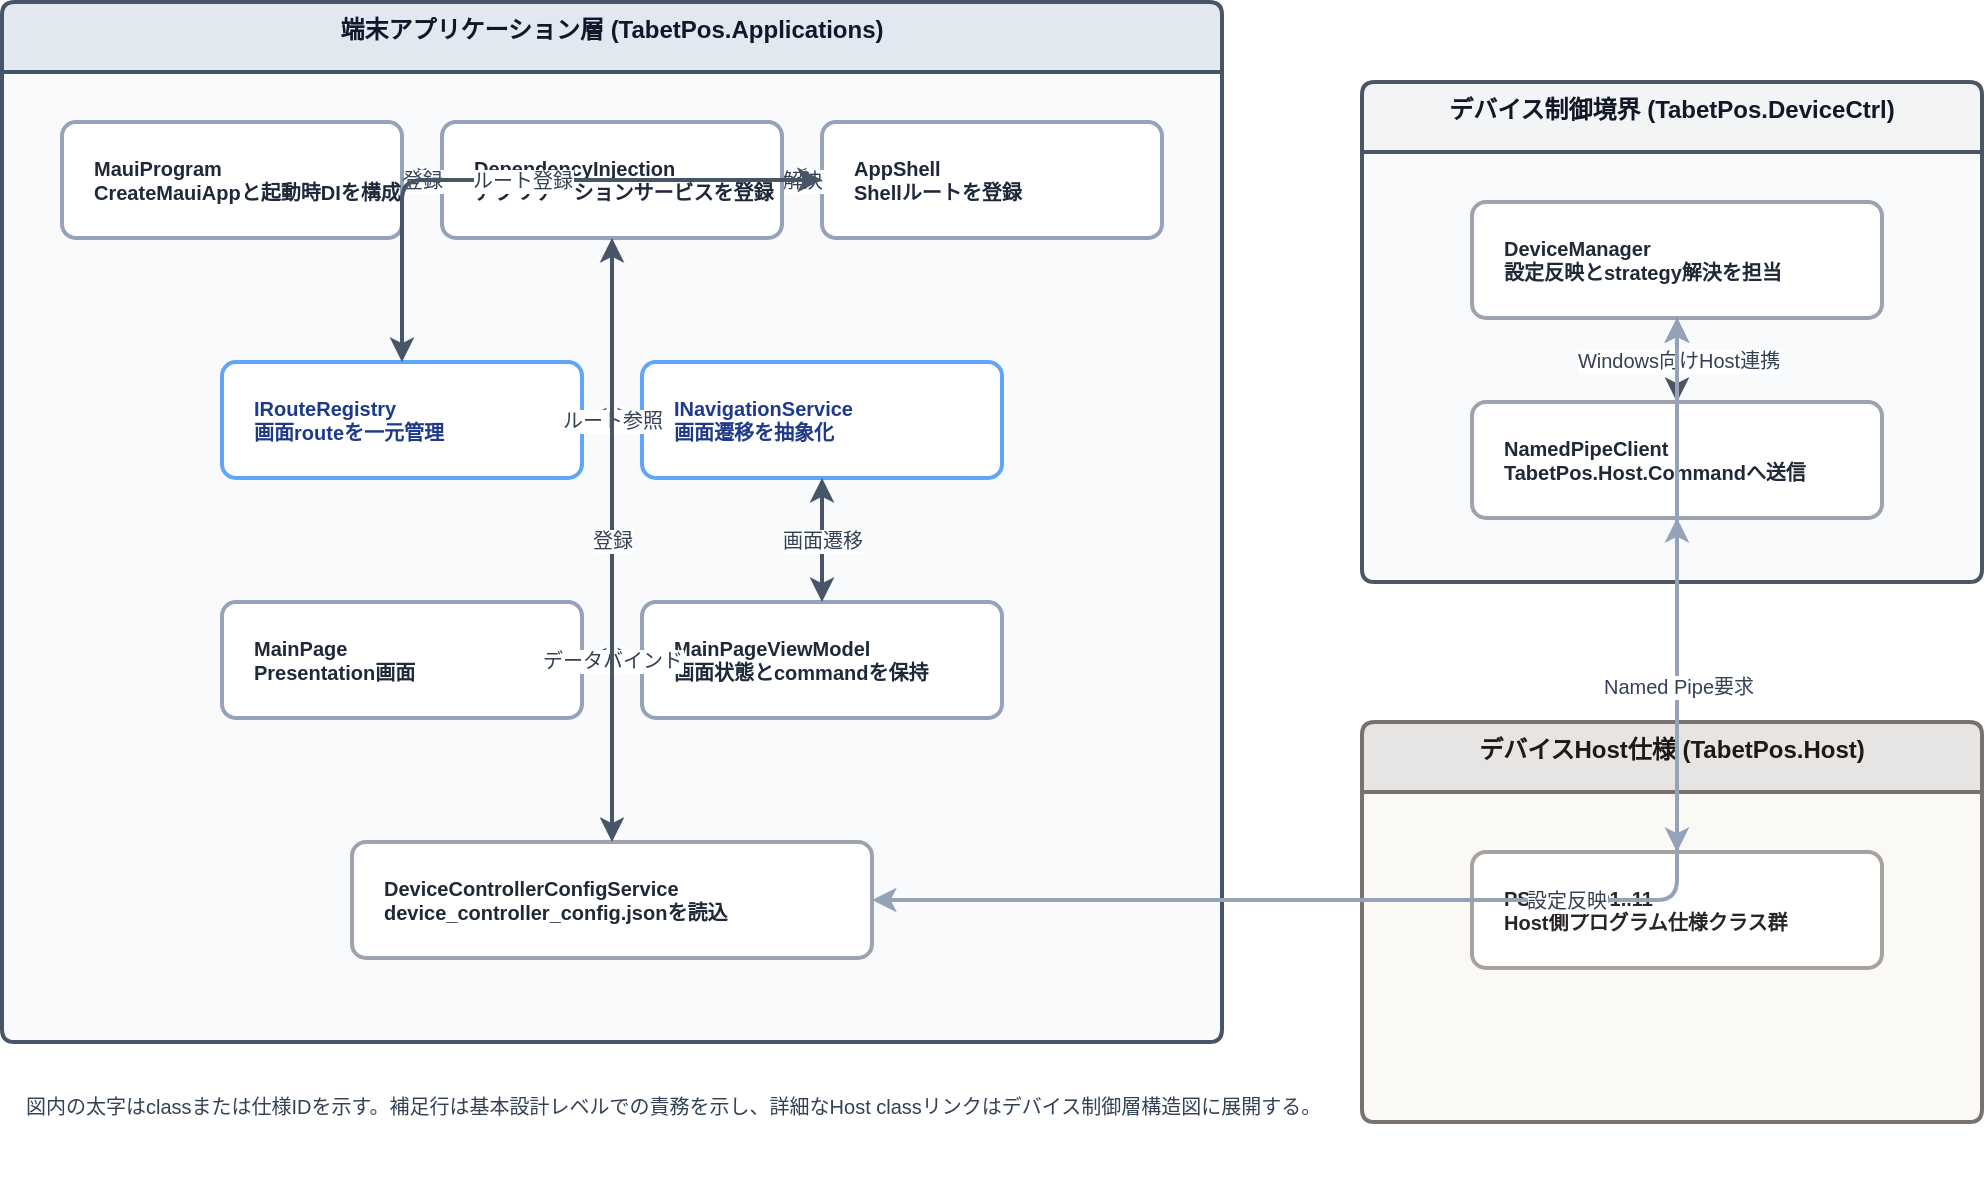
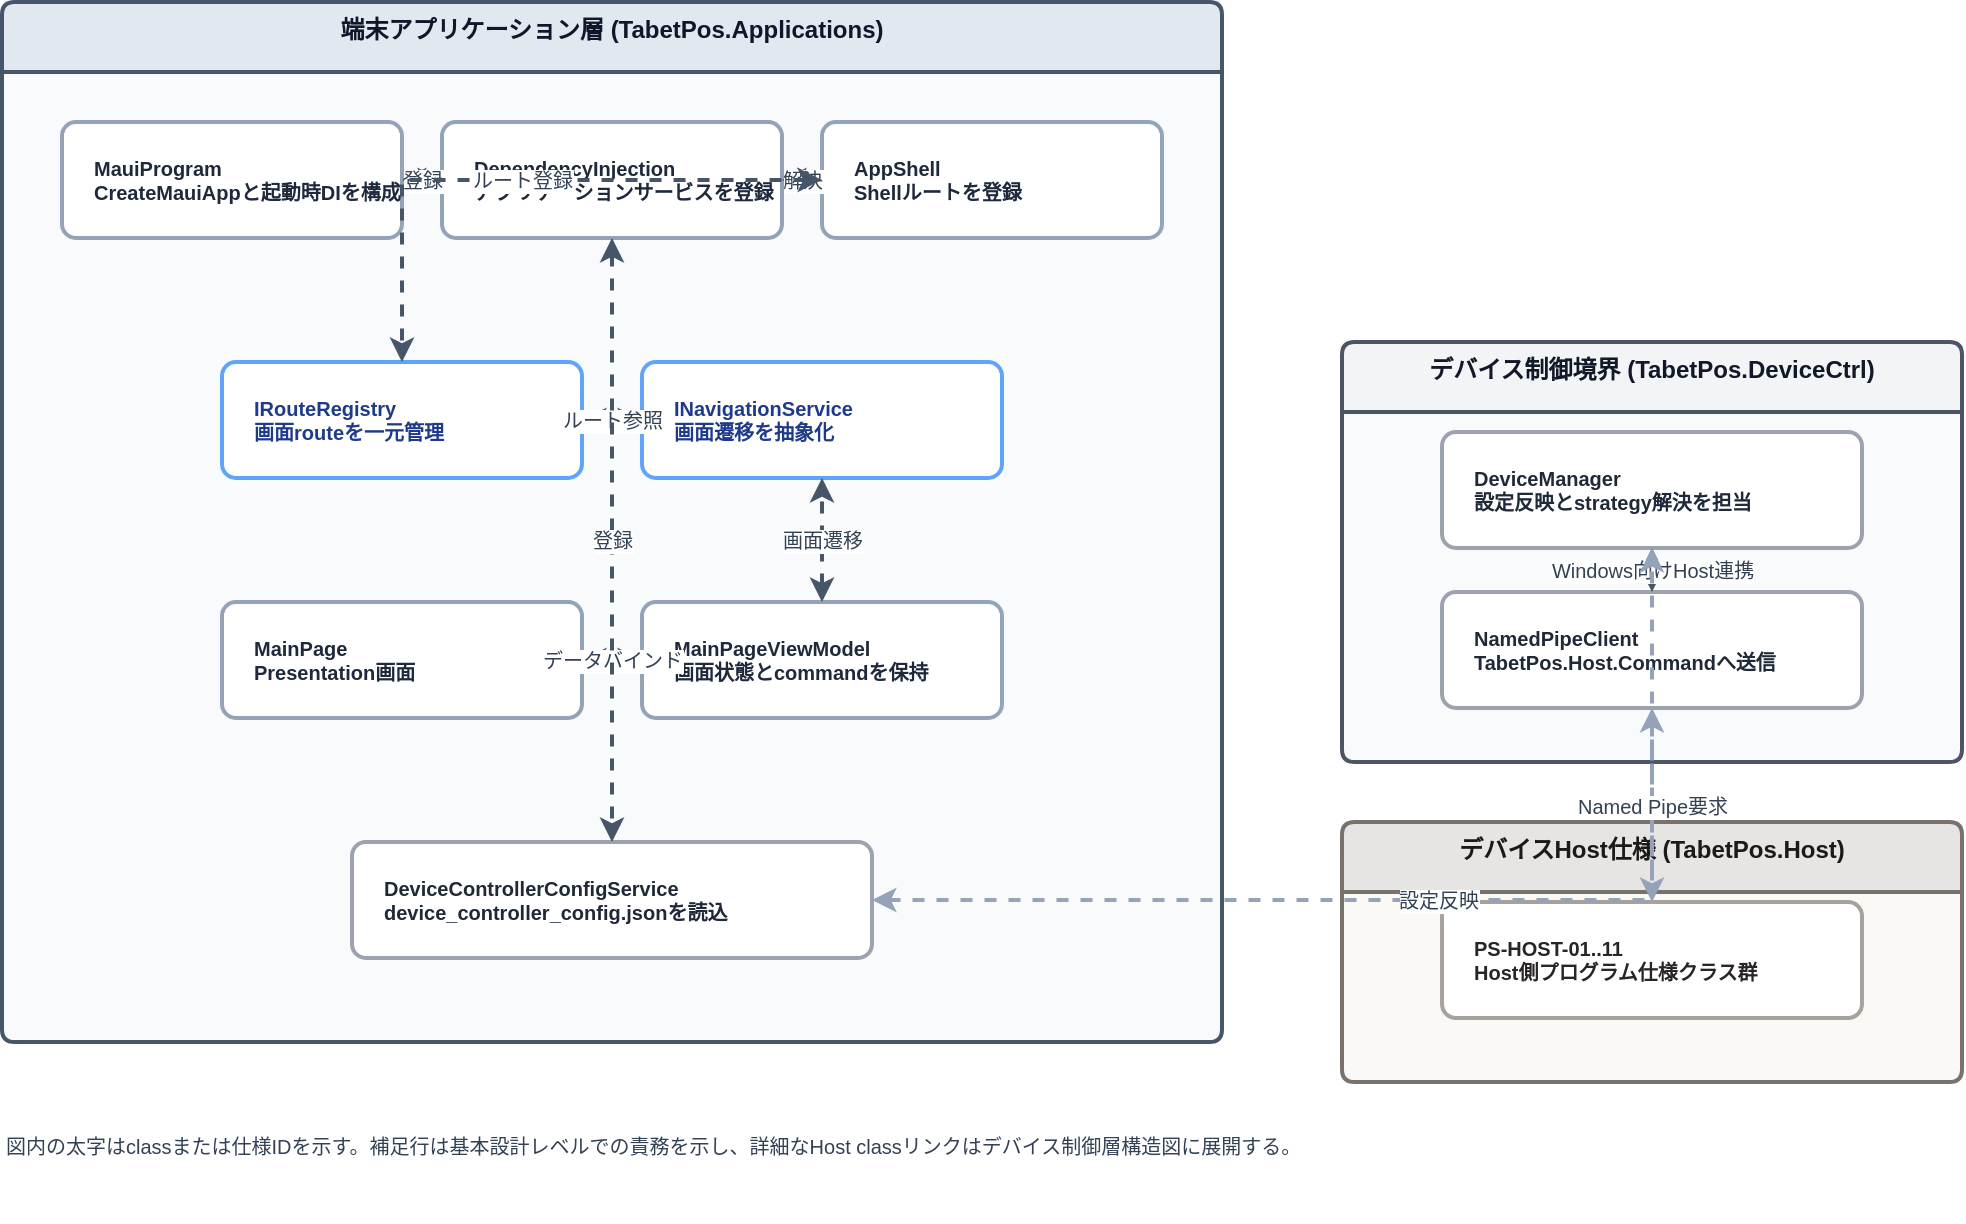
+ <?xml version='1.0' encoding='utf-8'?>
<mxfile host="65bd71144e">
    <diagram name="Page-1" id="generated-architecture">
        <mxGraphModel dx="135" dy="784" grid="1" gridSize="10" guides="1" tooltips="1" connect="1" arrows="1" fold="1" page="1" pageScale="1" pageWidth="1100" pageHeight="850" background="#ffffff" math="0" shadow="0">
            <root>
-                 <mxCell id="0"/>
-                 <mxCell id="1" parent="0"/>
+                 <mxCell id="0" />
+                 <mxCell id="1" parent="0" />
                <mxCell id="c_app" value="端末アプリケーション層 (TabetPos.Applications)" style="swimlane;html=1;whiteSpace=wrap;fontStyle=1;align=center;verticalAlign=top;fillColor=#E2E8F0;swimlaneFillColor=#F8FAFC;strokeColor=#475569;strokeWidth=2;rounded=1;arcSize=6;collapsible=0;recursiveResize=0;startSize=35;fontColor=#0F172A;fontSize=12;" parent="1" vertex="1">
-                     <mxGeometry x="40" y="70" width="610" height="520" as="geometry"/>
+                     <mxGeometry x="40" y="70" width="610" height="520" as="geometry" />
                </mxCell>
                <mxCell id="n_mauiprogram" value="&lt;b&gt;MauiProgram&lt;/b&gt;&lt;br/&gt;CreateMauiAppと起動時DIを構成" style="rounded=1;whiteSpace=wrap;html=1;arcSize=12;fillColor=#FFFFFF;strokeColor=#94A3B8;strokeWidth=2;fontStyle=1;fontColor=#1E293B;align=left;spacingLeft=14;fontSize=10;" parent="c_app" vertex="1">
-                     <mxGeometry x="30" y="60" width="170" height="58" as="geometry"/>
+                     <mxGeometry x="30" y="60" width="170" height="58" as="geometry" />
                </mxCell>
                <mxCell id="n_di" value="&lt;b&gt;DependencyInjection&lt;/b&gt;&lt;br/&gt;アプリケーションサービスを登録" style="rounded=1;whiteSpace=wrap;html=1;arcSize=12;fillColor=#FFFFFF;strokeColor=#94A3B8;strokeWidth=2;fontStyle=1;fontColor=#1E293B;align=left;spacingLeft=14;fontSize=10;" parent="c_app" vertex="1">
-                     <mxGeometry x="220" y="60" width="170" height="58" as="geometry"/>
+                     <mxGeometry x="220" y="60" width="170" height="58" as="geometry" />
                </mxCell>
                <mxCell id="n_appshell" value="&lt;b&gt;AppShell&lt;/b&gt;&lt;br/&gt;Shellルートを登録" style="rounded=1;whiteSpace=wrap;html=1;arcSize=12;fillColor=#FFFFFF;strokeColor=#94A3B8;strokeWidth=2;fontStyle=1;fontColor=#1E293B;align=left;spacingLeft=14;fontSize=10;" parent="c_app" vertex="1">
-                     <mxGeometry x="410" y="60" width="170" height="58" as="geometry"/>
+                     <mxGeometry x="410" y="60" width="170" height="58" as="geometry" />
                </mxCell>
                <mxCell id="n_route" value="&lt;b&gt;IRouteRegistry&lt;/b&gt;&lt;br/&gt;画面routeを一元管理" style="rounded=1;whiteSpace=wrap;html=1;arcSize=12;fillColor=#FFFFFF;strokeColor=#60A5FA;strokeWidth=2;fontStyle=1;fontColor=#1E3A8A;align=left;spacingLeft=14;fontSize=10;" parent="c_app" vertex="1">
-                     <mxGeometry x="110" y="180" width="180" height="58" as="geometry"/>
+                     <mxGeometry x="110" y="180" width="180" height="58" as="geometry" />
                </mxCell>
                <mxCell id="n_nav" value="&lt;b&gt;INavigationService&lt;/b&gt;&lt;br/&gt;画面遷移を抽象化" style="rounded=1;whiteSpace=wrap;html=1;arcSize=12;fillColor=#FFFFFF;strokeColor=#60A5FA;strokeWidth=2;fontStyle=1;fontColor=#1E3A8A;align=left;spacingLeft=14;fontSize=10;" parent="c_app" vertex="1">
-                     <mxGeometry x="320" y="180" width="180" height="58" as="geometry"/>
+                     <mxGeometry x="320" y="180" width="180" height="58" as="geometry" />
                </mxCell>
                <mxCell id="n_mainpage" value="&lt;b&gt;MainPage&lt;/b&gt;&lt;br/&gt;Presentation画面" style="rounded=1;whiteSpace=wrap;html=1;arcSize=12;fillColor=#FFFFFF;strokeColor=#94A3B8;strokeWidth=2;fontStyle=1;fontColor=#1E293B;align=left;spacingLeft=14;fontSize=10;" parent="c_app" vertex="1">
-                     <mxGeometry x="110" y="300" width="180" height="58" as="geometry"/>
+                     <mxGeometry x="110" y="300" width="180" height="58" as="geometry" />
                </mxCell>
                <mxCell id="n_mainvm" value="&lt;b&gt;MainPageViewModel&lt;/b&gt;&lt;br/&gt;画面状態とcommandを保持" style="rounded=1;whiteSpace=wrap;html=1;arcSize=12;fillColor=#FFFFFF;strokeColor=#94A3B8;strokeWidth=2;fontStyle=1;fontColor=#1E293B;align=left;spacingLeft=14;fontSize=10;" parent="c_app" vertex="1">
-                     <mxGeometry x="320" y="300" width="180" height="58" as="geometry"/>
+                     <mxGeometry x="320" y="300" width="180" height="58" as="geometry" />
                </mxCell>
                <mxCell id="n_config" value="&lt;b&gt;DeviceControllerConfigService&lt;/b&gt;&lt;br/&gt;device_controller_config.jsonを読込" style="rounded=1;whiteSpace=wrap;html=1;arcSize=12;fillColor=#FFFFFF;strokeColor=#9CA3AF;strokeWidth=2;fontStyle=1;fontColor=#1F2937;align=left;spacingLeft=14;fontSize=10;" parent="c_app" vertex="1">
-                     <mxGeometry x="175" y="420" width="260" height="58" as="geometry"/>
+                     <mxGeometry x="175" y="420" width="260" height="58" as="geometry" />
                </mxCell>
                <mxCell id="c_device" value="デバイス制御境界 (TabetPos.DeviceCtrl)" style="swimlane;html=1;whiteSpace=wrap;fontStyle=1;align=center;verticalAlign=top;fillColor=#F3F4F6;swimlaneFillColor=#F9FAFB;strokeColor=#4B5563;strokeWidth=2;rounded=1;arcSize=6;collapsible=0;recursiveResize=0;startSize=35;fontColor=#111827;fontSize=12;" parent="1" vertex="1">
-                     <mxGeometry x="720" y="110" width="310" height="250" as="geometry"/>
+                     <mxGeometry x="710" y="240" width="310" height="210" as="geometry" />
                </mxCell>
                <mxCell id="n_devicemanager" value="&lt;b&gt;DeviceManager&lt;/b&gt;&lt;br/&gt;設定反映とstrategy解決を担当" style="rounded=1;whiteSpace=wrap;html=1;arcSize=12;fillColor=#FFFFFF;strokeColor=#9CA3AF;strokeWidth=2;fontStyle=1;fontColor=#1F2937;align=left;spacingLeft=14;fontSize=10;" parent="c_device" vertex="1">
-                     <mxGeometry x="55" y="60" width="205" height="58" as="geometry"/>
+                     <mxGeometry x="50" y="45" width="210" height="58" as="geometry" />
                </mxCell>
                <mxCell id="n_namedpipe" value="&lt;b&gt;NamedPipeClient&lt;/b&gt;&lt;br/&gt;TabetPos.Host.Commandへ送信" style="rounded=1;whiteSpace=wrap;html=1;arcSize=12;fillColor=#FFFFFF;strokeColor=#9CA3AF;strokeWidth=2;fontStyle=1;fontColor=#1F2937;align=left;spacingLeft=14;fontSize=10;" parent="c_device" vertex="1">
-                     <mxGeometry x="55" y="160" width="205" height="58" as="geometry"/>
+                     <mxGeometry x="50" y="125" width="210" height="58" as="geometry" />
                </mxCell>
                <mxCell id="c_host" value="デバイスHost仕様 (TabetPos.Host)" style="swimlane;html=1;whiteSpace=wrap;fontStyle=1;align=center;verticalAlign=top;fillColor=#E7E5E4;swimlaneFillColor=#FAF9F6;strokeColor=#78716C;strokeWidth=2;rounded=1;arcSize=6;collapsible=0;recursiveResize=0;startSize=35;fontColor=#1C1917;fontSize=12;" parent="1" vertex="1">
-                     <mxGeometry x="720" y="430" width="310" height="200" as="geometry"/>
+                     <mxGeometry x="710" y="480" width="310" height="130" as="geometry" />
                </mxCell>
                <mxCell id="n_host_specs" value="&lt;b&gt;PS-HOST-01..11&lt;/b&gt;&lt;br/&gt;Host側プログラム仕様クラス群" style="rounded=1;whiteSpace=wrap;html=1;arcSize=12;fillColor=#FFFFFF;strokeColor=#A8A29E;strokeWidth=2;fontStyle=1;fontColor=#292524;align=left;spacingLeft=14;fontSize=10;" parent="c_host" vertex="1" link="../../program-specs/PS-01_タブレットPOS_ホストデバイス制御方式/">
-                     <mxGeometry x="55" y="65" width="205" height="58" as="geometry"/>
+                     <mxGeometry x="50" y="40" width="210" height="58" as="geometry" />
                </mxCell>
-                 <mxCell id="e_maui_di" value="登録" style="edgeStyle=orthogonalEdgeStyle;rounded=1;orthogonalLoop=1;jettySize=auto;html=1;strokeColor=#475569;strokeWidth=2;startArrow=classic;endArrow=classic;fontColor=#334155;fontSize=10;labelBackgroundColor=#FFFFFF;" parent="c_app" source="n_mauiprogram" target="n_di" edge="1">
-                     <mxGeometry relative="1" as="geometry"/>
+                 <mxCell id="e_maui_di" value="登録" style="edgeStyle=orthogonalEdgeStyle;rounded=0;orthogonalLoop=1;jettySize=auto;html=1;strokeColor=#475569;strokeWidth=2;startArrow=classic;endArrow=classic;fontColor=#334155;fontSize=10;labelBackgroundColor=#FFFFFF;dashed=1;" parent="c_app" source="n_mauiprogram" target="n_di" edge="1">
+                     <mxGeometry relative="1" as="geometry" />
                </mxCell>
-                 <mxCell id="e_di_shell" value="解決" style="edgeStyle=orthogonalEdgeStyle;rounded=1;orthogonalLoop=1;jettySize=auto;html=1;strokeColor=#475569;strokeWidth=2;startArrow=classic;endArrow=classic;fontColor=#334155;fontSize=10;labelBackgroundColor=#FFFFFF;" parent="c_app" source="n_di" target="n_appshell" edge="1">
-                     <mxGeometry relative="1" as="geometry"/>
+                 <mxCell id="e_di_shell" value="解決" style="edgeStyle=orthogonalEdgeStyle;rounded=0;orthogonalLoop=1;jettySize=auto;html=1;strokeColor=#475569;strokeWidth=2;startArrow=classic;endArrow=classic;fontColor=#334155;fontSize=10;labelBackgroundColor=#FFFFFF;dashed=1;" parent="c_app" source="n_di" target="n_appshell" edge="1">
+                     <mxGeometry relative="1" as="geometry" />
                </mxCell>
-                 <mxCell id="e_shell_route" value="ルート登録" style="edgeStyle=orthogonalEdgeStyle;rounded=1;orthogonalLoop=1;jettySize=auto;html=1;strokeColor=#475569;strokeWidth=2;startArrow=classic;endArrow=classic;fontColor=#334155;fontSize=10;labelBackgroundColor=#FFFFFF;" parent="c_app" source="n_appshell" target="n_route" edge="1">
-                     <mxGeometry relative="1" as="geometry"/>
+                 <mxCell id="e_shell_route" value="ルート登録" style="edgeStyle=orthogonalEdgeStyle;rounded=0;orthogonalLoop=1;jettySize=auto;html=1;strokeColor=#475569;strokeWidth=2;startArrow=classic;endArrow=classic;fontColor=#334155;fontSize=10;labelBackgroundColor=#FFFFFF;dashed=1;" parent="c_app" source="n_appshell" target="n_route" edge="1">
+                     <mxGeometry relative="1" as="geometry" />
                </mxCell>
-                 <mxCell id="e_nav_route" value="ルート参照" style="edgeStyle=orthogonalEdgeStyle;rounded=1;orthogonalLoop=1;jettySize=auto;html=1;strokeColor=#475569;strokeWidth=2;startArrow=classic;endArrow=classic;fontColor=#334155;fontSize=10;labelBackgroundColor=#FFFFFF;" parent="c_app" source="n_nav" target="n_route" edge="1">
-                     <mxGeometry relative="1" as="geometry"/>
+                 <mxCell id="e_nav_route" value="ルート参照" style="edgeStyle=orthogonalEdgeStyle;rounded=0;orthogonalLoop=1;jettySize=auto;html=1;strokeColor=#475569;strokeWidth=2;startArrow=classic;endArrow=classic;fontColor=#334155;fontSize=10;labelBackgroundColor=#FFFFFF;dashed=1;" parent="c_app" source="n_nav" target="n_route" edge="1">
+                     <mxGeometry relative="1" as="geometry" />
                </mxCell>
-                 <mxCell id="e_page_vm" value="データバインド" style="edgeStyle=orthogonalEdgeStyle;rounded=1;orthogonalLoop=1;jettySize=auto;html=1;strokeColor=#475569;strokeWidth=2;startArrow=classic;endArrow=classic;fontColor=#334155;fontSize=10;labelBackgroundColor=#FFFFFF;" parent="c_app" source="n_mainpage" target="n_mainvm" edge="1">
-                     <mxGeometry relative="1" as="geometry"/>
+                 <mxCell id="e_page_vm" value="データバインド" style="edgeStyle=orthogonalEdgeStyle;rounded=0;orthogonalLoop=1;jettySize=auto;html=1;strokeColor=#475569;strokeWidth=2;startArrow=classic;endArrow=classic;fontColor=#334155;fontSize=10;labelBackgroundColor=#FFFFFF;dashed=1;" parent="c_app" source="n_mainpage" target="n_mainvm" edge="1">
+                     <mxGeometry relative="1" as="geometry" />
                </mxCell>
-                 <mxCell id="e_vm_nav" value="画面遷移" style="edgeStyle=orthogonalEdgeStyle;rounded=1;orthogonalLoop=1;jettySize=auto;html=1;strokeColor=#475569;strokeWidth=2;startArrow=classic;endArrow=classic;fontColor=#334155;fontSize=10;labelBackgroundColor=#FFFFFF;" parent="c_app" source="n_mainvm" target="n_nav" edge="1">
-                     <mxGeometry relative="1" as="geometry"/>
+                 <mxCell id="e_vm_nav" value="画面遷移" style="edgeStyle=orthogonalEdgeStyle;rounded=0;orthogonalLoop=1;jettySize=auto;html=1;strokeColor=#475569;strokeWidth=2;startArrow=classic;endArrow=classic;fontColor=#334155;fontSize=10;labelBackgroundColor=#FFFFFF;dashed=1;" parent="c_app" source="n_mainvm" target="n_nav" edge="1">
+                     <mxGeometry relative="1" as="geometry" />
                </mxCell>
-                 <mxCell id="e_di_config" value="登録" style="edgeStyle=orthogonalEdgeStyle;rounded=1;orthogonalLoop=1;jettySize=auto;html=1;strokeColor=#475569;strokeWidth=2;startArrow=classic;endArrow=classic;fontColor=#334155;fontSize=10;labelBackgroundColor=#FFFFFF;" parent="c_app" source="n_di" target="n_config" edge="1">
-                     <mxGeometry relative="1" as="geometry"/>
+                 <mxCell id="e_di_config" value="登録" style="edgeStyle=orthogonalEdgeStyle;rounded=0;orthogonalLoop=1;jettySize=auto;html=1;strokeColor=#475569;strokeWidth=2;startArrow=classic;endArrow=classic;fontColor=#334155;fontSize=10;labelBackgroundColor=#FFFFFF;dashed=1;" parent="c_app" source="n_di" target="n_config" edge="1">
+                     <mxGeometry relative="1" as="geometry" />
                </mxCell>
-                 <mxCell id="e_config_manager" value="設定反映" style="edgeStyle=orthogonalEdgeStyle;rounded=1;orthogonalLoop=1;jettySize=auto;html=1;strokeColor=#94A3B8;strokeWidth=2;startArrow=classic;endArrow=classic;fontColor=#334155;fontSize=10;labelBackgroundColor=#FFFFFF;" parent="1" source="n_config" target="n_devicemanager" edge="1">
-                     <mxGeometry relative="1" as="geometry"/>
+                 <mxCell id="e_config_manager" value="設定反映" style="edgeStyle=orthogonalEdgeStyle;rounded=0;orthogonalLoop=1;jettySize=auto;html=1;strokeColor=#94A3B8;strokeWidth=2;startArrow=classic;endArrow=classic;fontColor=#334155;fontSize=10;labelBackgroundColor=#FFFFFF;dashed=1;" parent="1" source="n_config" target="n_devicemanager" edge="1">
+                     <mxGeometry relative="1" as="geometry" />
                </mxCell>
-                 <mxCell id="e_manager_pipe" value="Windows向けHost連携" style="edgeStyle=orthogonalEdgeStyle;rounded=1;orthogonalLoop=1;jettySize=auto;html=1;strokeColor=#4B5563;strokeWidth=2;startArrow=classic;endArrow=classic;fontColor=#334155;fontSize=10;labelBackgroundColor=#FFFFFF;" parent="c_device" source="n_devicemanager" target="n_namedpipe" edge="1">
-                     <mxGeometry relative="1" as="geometry"/>
+                 <mxCell id="e_manager_pipe" value="Windows向けHost連携" style="edgeStyle=orthogonalEdgeStyle;rounded=0;orthogonalLoop=1;jettySize=auto;html=1;strokeColor=#4B5563;strokeWidth=2;startArrow=classic;endArrow=classic;fontColor=#334155;fontSize=10;labelBackgroundColor=#FFFFFF;dashed=1;" parent="c_device" source="n_devicemanager" target="n_namedpipe" edge="1">
+                     <mxGeometry relative="1" as="geometry" />
                </mxCell>
-                 <mxCell id="e_pipe_host" value="Named Pipe要求" style="edgeStyle=orthogonalEdgeStyle;rounded=1;orthogonalLoop=1;jettySize=auto;html=1;strokeColor=#94A3B8;strokeWidth=2;startArrow=classic;endArrow=classic;fontColor=#334155;fontSize=10;labelBackgroundColor=#FFFFFF;" parent="1" source="n_namedpipe" target="n_host_specs" edge="1">
-                     <mxGeometry relative="1" as="geometry"/>
+                 <mxCell id="e_pipe_host" value="Named Pipe要求" style="edgeStyle=orthogonalEdgeStyle;rounded=0;orthogonalLoop=1;jettySize=auto;html=1;strokeColor=#94A3B8;strokeWidth=2;startArrow=classic;endArrow=classic;fontColor=#334155;fontSize=10;labelBackgroundColor=#FFFFFF;dashed=1;" parent="1" source="n_namedpipe" target="n_host_specs" edge="1">
+                     <mxGeometry relative="1" as="geometry" />
                </mxCell>
                <mxCell id="t_note" value="図内の太字はclassまたは仕様IDを示す。補足行は基本設計レベルでの責務を示し、詳細なHost classリンクはデバイス制御層構造図に展開する。" style="text;html=1;strokeColor=none;fillColor=none;align=left;verticalAlign=top;whiteSpace=wrap;rounded=0;fontSize=10;fontColor=#334155;" parent="1" vertex="1">
-                     <mxGeometry x="50" y="610" width="980" height="50" as="geometry"/>
+                     <mxGeometry x="40" y="630" width="980" height="50" as="geometry" />
                </mxCell>
            </root>
        </mxGraphModel>
    </diagram>
- </mxfile>
+ </mxfile>